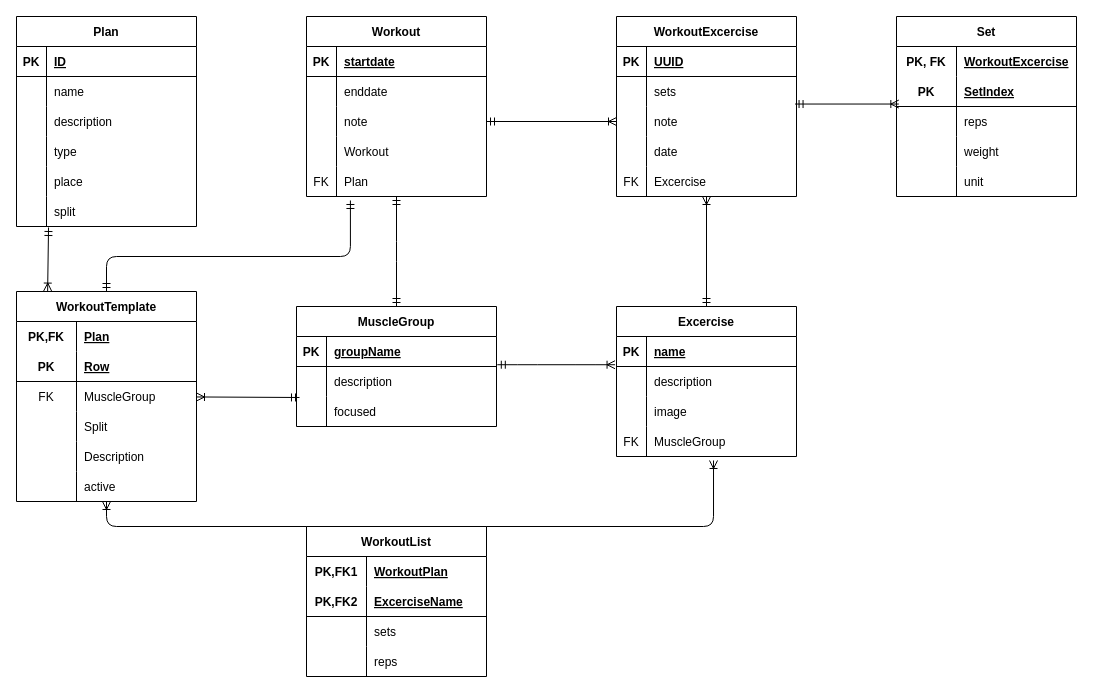
This is documentation/erm.drawio from Patsch36/SweatFlix, a draw.io file, before an edit. Source tidied: cells renumbered, new cells numbered last; positions are measured from the earlier drawing's top-left corner, leaving out a move shared by most shapes. Both pictures are drawn from the tidied source at 100%, with x=0, y=0 at pixel (16, 16).
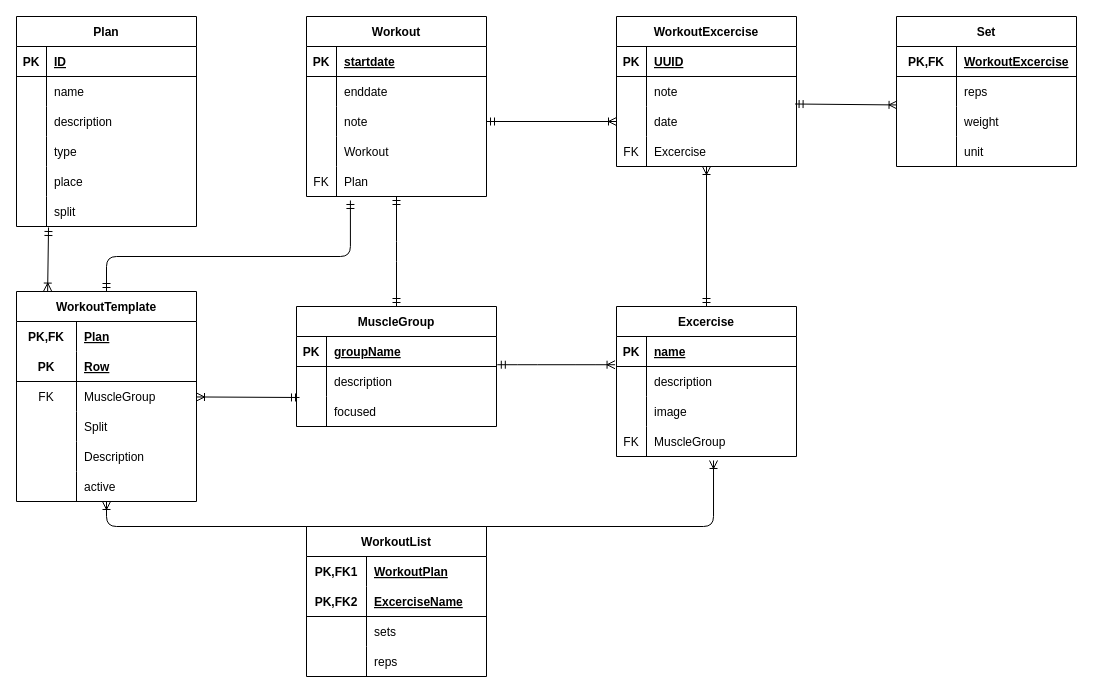
Above is the later version.

Commit message:
fix: workoutExcercise-Set relation

Diff of the diagram source:
```diff
@@
     <mxCell id="66" value="WorkoutExcercise" style="shape=table;startSize=30;childLayout=tableLayout;rowLines=0;fontStyle=1;align=center;" parent="1" vertex="1">
-      <mxGeometry x="600" width="180" height="180" as="geometry" />
+      <mxGeometry x="600" width="180" height="150" as="geometry" />
     </mxCell>
@@
-    <mxCell id="70" style="shape=tableRow;horizontal=0;startSize=0;swimlaneHead=0;swimlaneBody=0;fillColor=none;points=[[0,0.5],[1,0.5]];portConstraint=eastwest;top=0;left=0;right=0;bottom=0;" parent="66" vertex="1">
-      <mxGeometry y="60" width="180" height="30" as="geometry" />
-    </mxCell>
-    <mxCell id="71" style="shape=partialRectangle;fillColor=none;top=0;left=0;bottom=0;right=0;overflow=hidden;" parent="70" vertex="1">
-      <mxGeometry width="30" height="30" as="geometry" />
-    </mxCell>
-    <mxCell id="72" value="sets" style="shape=partialRectangle;fillColor=none;top=0;left=0;bottom=0;right=0;align=left;spacingLeft=6;overflow=hidden;" parent="70" vertex="1">
-      <mxGeometry x="30" width="150" height="30" as="geometry" />
-    </mxCell>
     <mxCell id="73" style="shape=tableRow;horizontal=0;startSize=0;swimlaneHead=0;swimlaneBody=0;fillColor=none;top=0;left=0;right=0;bottom=0;" parent="66" vertex="1">
-      <mxGeometry y="90" width="180" height="30" as="geometry" />
+      <mxGeometry y="60" width="180" height="30" as="geometry" />
     </mxCell>
@@
     <mxCell id="76" style="shape=tableRow;horizontal=0;startSize=0;swimlaneHead=0;swimlaneBody=0;fillColor=none;top=0;left=0;right=0;bottom=0;" parent="66" vertex="1">
-      <mxGeometry y="120" width="180" height="30" as="geometry" />
+      <mxGeometry y="90" width="180" height="30" as="geometry" />
     </mxCell>
@@
     <mxCell id="79" style="shape=tableRow;horizontal=0;startSize=0;swimlaneHead=0;swimlaneBody=0;fillColor=none;top=0;left=0;right=0;bottom=0;" parent="66" vertex="1">
-      <mxGeometry y="150" width="180" height="30" as="geometry" />
+      <mxGeometry y="120" width="180" height="30" as="geometry" />
     </mxCell>
@@
     <mxCell id="83" value="Set" style="shape=table;startSize=30;childLayout=tableLayout;rowLines=0;fontStyle=1;align=center;" parent="1" vertex="1">
-      <mxGeometry x="880" width="180" height="180" as="geometry" />
+      <mxGeometry x="880" width="180" height="150" as="geometry" />
     </mxCell>
-    <mxCell id="84" style="shape=tableRow;horizontal=0;startSize=0;swimlaneHead=0;swimlaneBody=0;fillColor=none;top=0;left=0;right=0;bottom=0;" parent="83" vertex="1">
-      <mxGeometry y="30" width="180" height="30" as="geometry" />
-    </mxCell>
-    <mxCell id="85" value="PK, FK" style="shape=partialRectangle;fillColor=none;top=0;left=0;bottom=0;right=0;fontStyle=1;overflow=hidden;" parent="84" vertex="1">
-      <mxGeometry width="60" height="30" as="geometry" />
-    </mxCell>
-    <mxCell id="86" value="WorkoutExcercise" style="shape=partialRectangle;fillColor=none;top=0;left=0;bottom=0;right=0;align=left;spacingLeft=6;fontStyle=5;overflow=hidden;" parent="84" vertex="1">
-      <mxGeometry x="60" width="120" height="30" as="geometry" />
-    </mxCell>
     <mxCell id="87" style="shape=tableRow;horizontal=0;startSize=0;swimlaneHead=0;swimlaneBody=0;fillColor=none;top=0;left=0;right=0;bottom=1;" parent="83" vertex="1">
-      <mxGeometry y="60" width="180" height="30" as="geometry" />
+      <mxGeometry y="30" width="180" height="30" as="geometry" />
     </mxCell>
-    <mxCell id="88" value="PK" style="shape=partialRectangle;fillColor=none;top=0;left=0;bottom=0;right=0;fontStyle=1;overflow=hidden;" parent="87" vertex="1">
+    <mxCell id="88" value="PK,FK" style="shape=partialRectangle;fillColor=none;top=0;left=0;bottom=0;right=0;fontStyle=1;overflow=hidden;" parent="87" vertex="1">
       <mxGeometry width="60" height="30" as="geometry" />
     </mxCell>
-    <mxCell id="89" value="SetIndex" style="shape=partialRectangle;fillColor=none;top=0;left=0;bottom=0;right=0;align=left;spacingLeft=6;fontStyle=5;overflow=hidden;" parent="87" vertex="1">
+    <mxCell id="89" value="WorkoutExcercise" style="shape=partialRectangle;fillColor=none;top=0;left=0;bottom=0;right=0;align=left;spacingLeft=6;fontStyle=5;overflow=hidden;" parent="87" vertex="1">
       <mxGeometry x="60" width="120" height="30" as="geometry" />
     </mxCell>
     <mxCell id="90" style="shape=tableRow;horizontal=0;startSize=0;swimlaneHead=0;swimlaneBody=0;fillColor=none;points=[[0,0.5],[1,0.5]];portConstraint=eastwest;top=0;left=0;right=0;bottom=0;" parent="83" vertex="1">
-      <mxGeometry y="90" width="180" height="30" as="geometry" />
+      <mxGeometry y="60" width="180" height="30" as="geometry" />
     </mxCell>
@@
     <mxCell id="93" style="shape=tableRow;horizontal=0;startSize=0;swimlaneHead=0;swimlaneBody=0;fillColor=none;points=[[0,0.5],[1,0.5]];portConstraint=eastwest;top=0;left=0;right=0;bottom=0;" parent="83" vertex="1">
-      <mxGeometry y="120" width="180" height="30" as="geometry" />
+      <mxGeometry y="90" width="180" height="30" as="geometry" />
     </mxCell>
@@
     <mxCell id="96" style="shape=tableRow;horizontal=0;startSize=0;swimlaneHead=0;swimlaneBody=0;fillColor=none;top=0;left=0;right=0;bottom=0;" parent="83" vertex="1">
-      <mxGeometry y="150" width="180" height="30" as="geometry" />
+      <mxGeometry y="120" width="180" height="30" as="geometry" />
     </mxCell>
@@
-    <mxCell id="99" style="edgeStyle=none;html=1;entryX=0.013;entryY=-0.082;entryDx=0;entryDy=0;startArrow=ERmandOne;startFill=0;endArrow=ERoneToMany;endFill=0;exitX=0.992;exitY=0.918;exitDx=0;exitDy=0;entryPerimeter=0;exitPerimeter=0;" parent="1" edge="1" source="70" target="90">
-      <mxGeometry relative="1" as="geometry" />
+    <mxCell id="99" style="edgeStyle=none;html=1;entryX=0.003;entryY=-0.052;entryDx=0;entryDy=0;startArrow=ERmandOne;startFill=0;endArrow=ERoneToMany;endFill=0;exitX=0.992;exitY=0.918;exitDx=0;exitDy=0;entryPerimeter=0;exitPerimeter=0;" parent="1" edge="1" target="93">
+      <mxGeometry relative="1" as="geometry">
+        <mxPoint x="778.6" y="87.5" as="sourcePoint" />
+      </mxGeometry>
     </mxCell>
```
